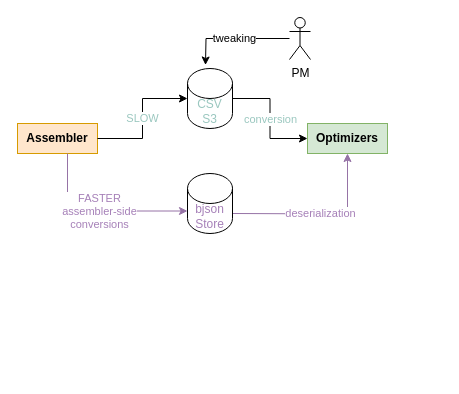
Above: Untitled Diagram.drawio in d-/d- (draw.io), before the change. Source tidied: cells renumbered, new cells numbered last; positions are measured from the earlier drawing's top-left corner, leaving out a move shared by most shapes. Both pictures are drawn from the tidied source at 100%, with x=0, y=0 at pixel (17, 17).
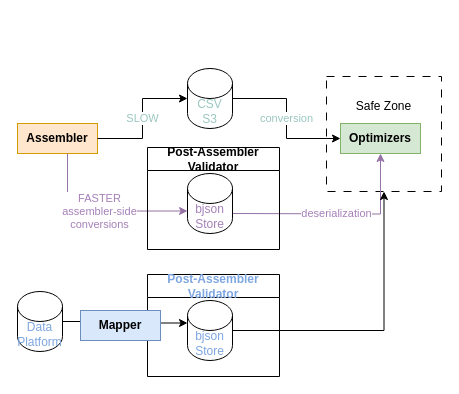
The same diagram, later.

The edit, as a diff of the source:
```diff
@@
 <mxGraphModel>
   <root>
     <mxCell id="0" />
     <mxCell id="1" parent="0" />
+    <mxCell id="12" value="Safe Zone&lt;br&gt;&lt;br&gt;&lt;br&gt;&lt;br&gt;&lt;br&gt;" style="whiteSpace=wrap;html=1;dashed=1;dashPattern=8 8;" parent="1" vertex="1">
+      <mxGeometry x="309" y="59" width="115" height="115" as="geometry" />
+    </mxCell>
     <mxCell id="2" value="Assembler" style="rounded=0;whiteSpace=wrap;html=1;fillColor=#ffe6cc;strokeColor=#d79b00;fontStyle=1;" parent="1" vertex="1">
       <mxGeometry y="106" width="80" height="30" as="geometry" />
     </mxCell>
     <mxCell id="3" value="Optimizers" style="rounded=0;whiteSpace=wrap;html=1;fillColor=#d5e8d4;strokeColor=#82b366;fontStyle=1;" parent="1" vertex="1">
-      <mxGeometry x="290" y="106" width="80" height="30" as="geometry" />
+      <mxGeometry x="323" y="106" width="80" height="30" as="geometry" />
     </mxCell>
     <mxCell id="4" value="conversion" style="edgeStyle=orthogonalEdgeStyle;rounded=0;jettySize=auto;html=1;entryX=0;entryY=0.5;entryDx=0;entryDy=0;fontColor=#9AC7BF;" parent="1" edge="1" source="5" target="3">
       <mxGeometry relative="1" as="geometry" />
     </mxCell>
     <mxCell id="5" value="CSV&lt;br&gt;S3" style="shape=cylinder3;whiteSpace=wrap;html=1;boundedLbl=1;backgroundOutline=1;size=15;fontColor=#9AC7BF;" parent="1" vertex="1">
       <mxGeometry x="170" y="51" width="45" height="60" as="geometry" />
     </mxCell>
     <mxCell id="6" value="SLOW" style="edgeStyle=orthogonalEdgeStyle;rounded=0;jettySize=auto;html=1;entryX=0;entryY=0.5;entryDx=0;entryDy=0;entryPerimeter=0;fontColor=#9AC7BF;" parent="1" edge="1" source="2" target="5">
       <mxGeometry relative="1" as="geometry" />
     </mxCell>
     <mxCell id="7" value="deserialization" style="edgeStyle=orthogonalEdgeStyle;rounded=0;jettySize=auto;html=1;entryX=0.5;entryY=1;entryDx=0;entryDy=0;strokeColor=#9673a6;fillColor=#e1d5e7;fontColor=#A680B8;" parent="1" edge="1" target="3">
       <mxGeometry relative="1" as="geometry">
         <mxPoint x="215" y="196" as="sourcePoint" />
       </mxGeometry>
     </mxCell>
     <mxCell id="8" value="bjson&lt;br&gt;Store" style="shape=cylinder3;whiteSpace=wrap;html=1;boundedLbl=1;backgroundOutline=1;size=15;fontColor=#A680B8;" parent="1" vertex="1">
       <mxGeometry x="170" y="156" width="45" height="60" as="geometry" />
     </mxCell>
     <mxCell id="9" value="FASTER&lt;br&gt;assembler-side&lt;br&gt;conversions" style="edgeStyle=orthogonalEdgeStyle;rounded=0;jettySize=auto;html=1;entryX=0;entryY=0;entryDx=0;entryDy=37.5;entryPerimeter=0;strokeColor=#9673a6;fillColor=#e1d5e7;fontColor=#A680B8;" parent="1" edge="1" source="2" target="8">
       <mxGeometry relative="1" as="geometry">
         <Array as="points">
           <mxPoint x="50" y="194" />
         </Array>
       </mxGeometry>
     </mxCell>
-    <mxCell id="10" value="tweaking" style="edgeStyle=orthogonalEdgeStyle;rounded=0;jettySize=auto;html=1;" parent="1" edge="1" source="11">
-      <mxGeometry relative="1" as="geometry">
-        <mxPoint x="188" y="47.5" as="targetPoint" />
-      </mxGeometry>
-    </mxCell>
-    <mxCell id="11" value="PM" style="shape=umlActor;verticalLabelPosition=bottom;verticalAlign=top;html=1;outlineConnect=0;" parent="1" vertex="1">
-      <mxGeometry x="272" width="21" height="42" as="geometry" />
-    </mxCell>
+    <mxCell id="13" value="Post-Assembler Validator" style="swimlane;whiteSpace=wrap;html=1;" parent="1" vertex="1">
+      <mxGeometry x="130" y="130" width="132" height="102" as="geometry" />
+    </mxCell>
+    <mxCell id="14" value="Data Platform" style="shape=cylinder3;whiteSpace=wrap;html=1;boundedLbl=1;backgroundOutline=1;size=15;fontColor=#7EA6E0;" parent="1" vertex="1">
+      <mxGeometry y="274" width="45" height="60" as="geometry" />
+    </mxCell>
+    <mxCell id="15" style="edgeStyle=orthogonalEdgeStyle;rounded=0;jettySize=auto;html=1;" parent="1" edge="1" source="16" target="12">
+      <mxGeometry relative="1" as="geometry" />
+    </mxCell>
+    <mxCell id="16" value="bjson&lt;br&gt;Store" style="shape=cylinder3;whiteSpace=wrap;html=1;boundedLbl=1;backgroundOutline=1;size=15;fontColor=#7EA6E0;" parent="1" vertex="1">
+      <mxGeometry x="170" y="283" width="45" height="60" as="geometry" />
+    </mxCell>
+    <mxCell id="17" value="Post-Assembler Validator" style="swimlane;whiteSpace=wrap;html=1;fontColor=#7EA6E0;" parent="1" vertex="1">
+      <mxGeometry x="130" y="257" width="132" height="102" as="geometry" />
+    </mxCell>
+    <mxCell id="18" style="edgeStyle=orthogonalEdgeStyle;rounded=0;jettySize=auto;html=1;entryX=0;entryY=0;entryDx=0;entryDy=22.5;entryPerimeter=0;" parent="1" edge="1" source="14" target="16">
+      <mxGeometry relative="1" as="geometry" />
+    </mxCell>
+    <mxCell id="19" value="Mapper" style="rounded=0;whiteSpace=wrap;html=1;fillColor=#dae8fc;strokeColor=#6c8ebf;fontStyle=1;" parent="1" vertex="1">
+      <mxGeometry x="63" y="293" width="80" height="30" as="geometry" />
+    </mxCell>
   </root>
 </mxGraphModel>
```
